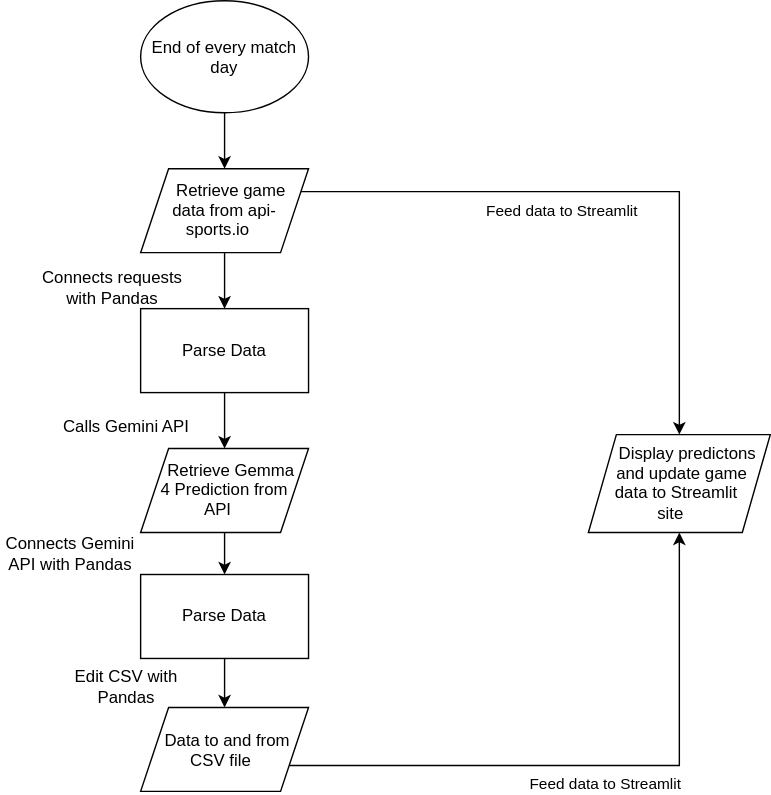
The draw.io diagram System_Diagram.drawio.svg in Phil-Liao/AI_Football, before a commit. Source tidied: cells renumbered, new cells last; positions are measured from the earlier drawing's top-left corner, leaving out a move shared by most shapes.
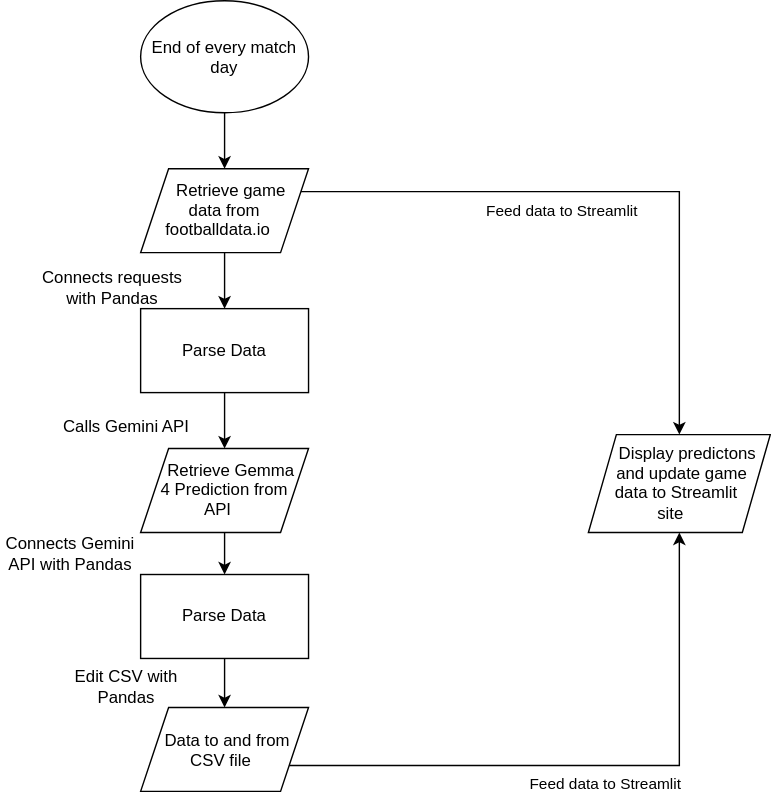
After the commit.

Commit message:
Refactor code structure for improved readability and maintainability

Modified the diagram to take footballdata.io instead of old API

What changed in the source:
```diff
@@ -14,7 +14,7 @@
     <mxCell id="5" style="edgeStyle=orthogonalEdgeStyle;rounded=0;jettySize=auto;html=1;exitX=1;exitY=0.25;exitDx=0;exitDy=0;defaultLabelBackgroundColor=page;entryX=0.5;entryY=0;entryDx=0;entryDy=0;" parent="1" edge="1" source="6" target="17">
       <mxGeometry x="-0.39" relative="1" as="geometry" />
     </mxCell>
-    <mxCell id="6" value="Retrieve game data from api-sports.io" style="shape=parallelogram;perimeter=parallelogramPerimeter;whiteSpace=wrap;html=1;shapeInside=1;fixedSize=1;" parent="1" vertex="1">
+    <mxCell id="6" value="Retrieve game data from footballdata.io" style="shape=parallelogram;perimeter=parallelogramPerimeter;whiteSpace=wrap;html=1;shapeInside=1;fixedSize=1;" parent="1" vertex="1">
       <mxGeometry x="100" y="120" width="120" height="60" as="geometry" />
     </mxCell>
     <mxCell id="7" style="edgeStyle=orthogonalEdgeStyle;rounded=0;jettySize=auto;html=1;exitX=0.5;exitY=1;exitDx=0;exitDy=0;entryX=0.5;entryY=0;entryDx=0;entryDy=0;defaultLabelBackgroundColor=page;" parent="1" edge="1" source="8" target="16">
```
